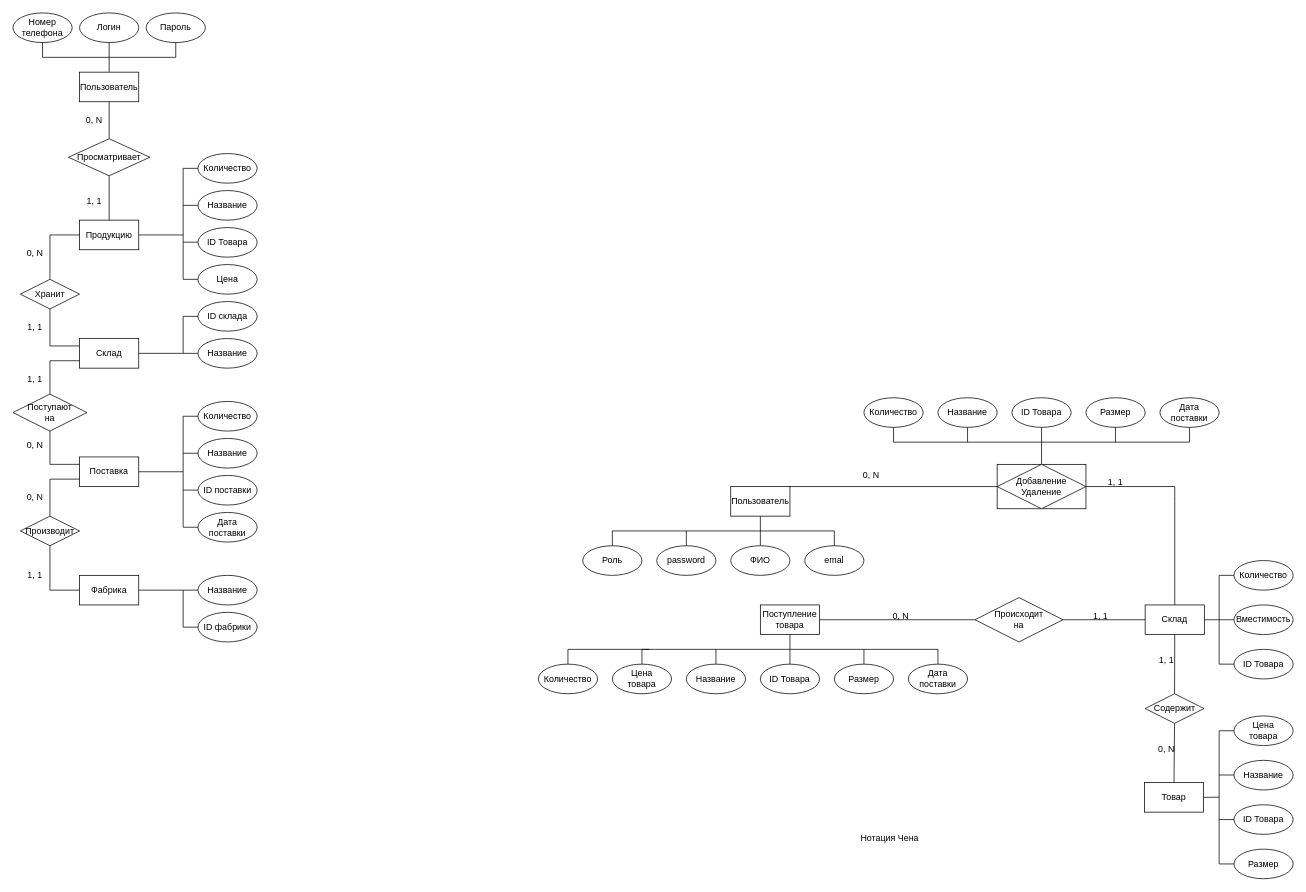
Above: КМПО V2.0.drawio in marsek4/ssp (draw.io), before the change. Source tidied: cells renumbered, new cells numbered last; positions are measured from the earlier drawing's top-left corner, leaving out a move shared by most shapes. Both pictures are drawn from the tidied source at 74%, with x=0, y=0 at pixel (13, 13).
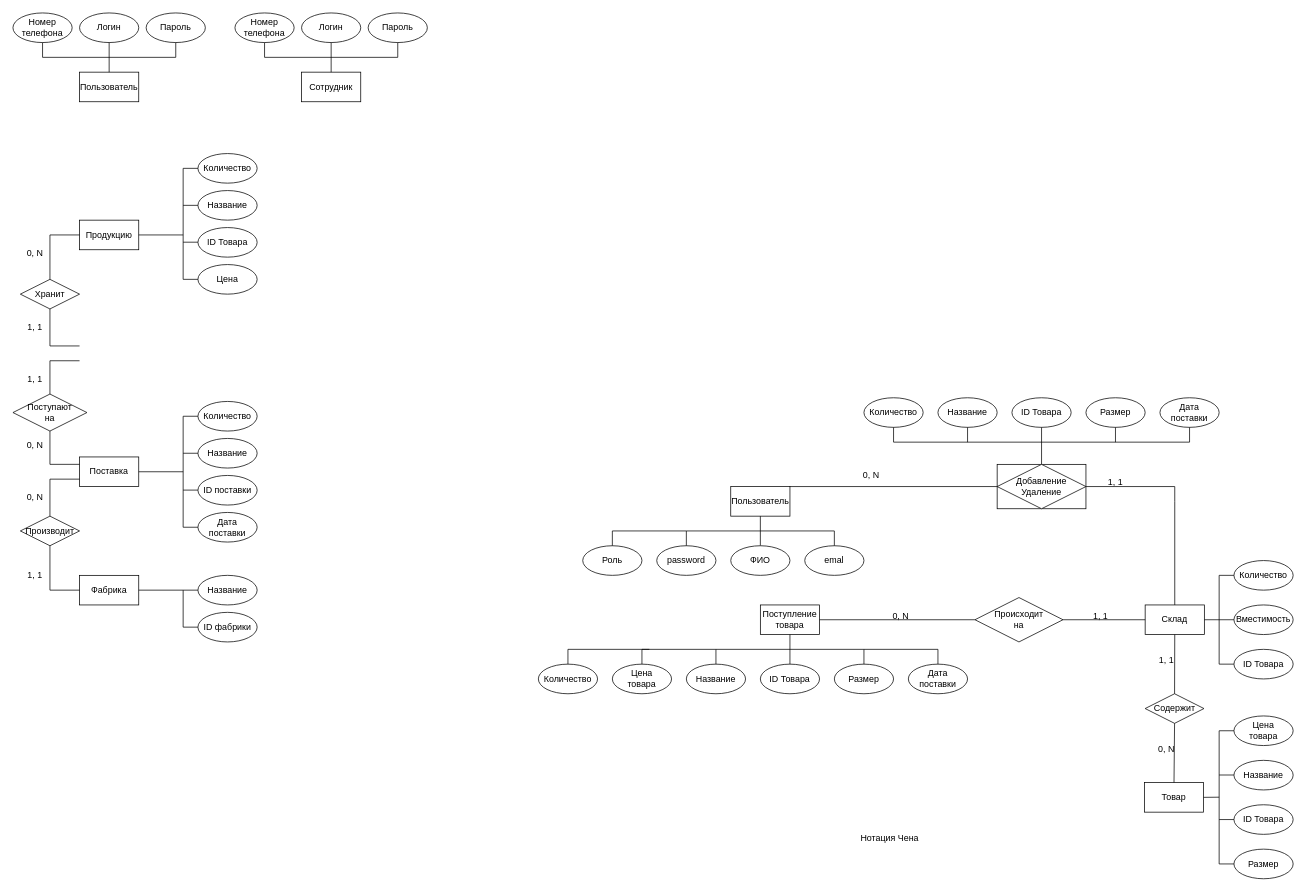
The same page after the edit.

The change refers to these unchanged cells:
```xml
<mxCell id="67" value="Поступают&lt;br&gt;на" style="rhombus;whiteSpace=wrap;html=1;" parent="1" vertex="1">
  <mxGeometry y="515" width="100" height="50" as="geometry" />
</mxCell>
<mxCell id="77" value="Хранит" style="rhombus;whiteSpace=wrap;html=1;" parent="1" vertex="1">
  <mxGeometry x="10" y="360" width="80" height="40" as="geometry" />
</mxCell>
<mxCell id="79" value="Продукцию" style="rounded=0;whiteSpace=wrap;html=1;" parent="1" vertex="1">
  <mxGeometry x="90" y="280" width="80" height="40" as="geometry" />
</mxCell>
<mxCell id="107" value="Пользователь" style="rounded=0;whiteSpace=wrap;html=1;" parent="1" vertex="1">
  <mxGeometry x="90" y="80" width="80" height="40" as="geometry" />
</mxCell>
```

The edit, as a diff of the source:
```diff
@@
-    <mxCell id="68" value="Склад" style="rounded=0;whiteSpace=wrap;html=1;" parent="1" vertex="1">
-      <mxGeometry x="90" y="440" width="80" height="40" as="geometry" />
-    </mxCell>
@@
-    <mxCell id="72" style="endArrow=none;html=1;rounded=0;exitX=0;exitY=0.75;exitDx=0;exitDy=0;entryX=0.5;entryY=0;entryDx=0;entryDy=0;" parent="1" edge="1" source="68" target="67">
+    <mxCell id="72" style="endArrow=none;html=1;rounded=0;exitX=0;exitY=0.75;exitDx=0;exitDy=0;entryX=0.5;entryY=0;entryDx=0;entryDy=0;" parent="1" edge="1" target="67">
       <mxGeometry relative="1" as="geometry">
+        <mxPoint x="90" y="470" as="sourcePoint" />
         <Array as="points">
           <mxPoint x="50" y="470" />
         </Array>
       </mxGeometry>
     </mxCell>
@@
-    <mxCell id="78" style="endArrow=none;html=1;rounded=0;exitX=0;exitY=0.25;exitDx=0;exitDy=0;entryX=0.5;entryY=1;entryDx=0;entryDy=0;" parent="1" edge="1" source="68" target="77">
+    <mxCell id="78" style="endArrow=none;html=1;rounded=0;exitX=0;exitY=0.25;exitDx=0;exitDy=0;entryX=0.5;entryY=1;entryDx=0;entryDy=0;" parent="1" edge="1" target="77">
       <mxGeometry relative="1" as="geometry">
+        <mxPoint x="90" y="450" as="sourcePoint" />
         <Array as="points">
           <mxPoint x="50" y="450" />
         </Array>
       </mxGeometry>
     </mxCell>
@@
-    <mxCell id="89" value="Название" style="ellipse;whiteSpace=wrap;html=1;" parent="1" vertex="1">
-      <mxGeometry x="250" y="440" width="80" height="40" as="geometry" />
-    </mxCell>
-    <mxCell id="90" style="endArrow=none;html=1;rounded=0;exitX=1;exitY=0.5;exitDx=0;exitDy=0;entryX=0;entryY=0.5;entryDx=0;entryDy=0;" parent="1" edge="1" target="89">
-      <mxGeometry relative="1" as="geometry">
-        <mxPoint x="170" y="460" as="sourcePoint" />
-      </mxGeometry>
-    </mxCell>
-    <mxCell id="91" value="ID склада" style="ellipse;whiteSpace=wrap;html=1;" parent="1" vertex="1">
-      <mxGeometry x="250" y="390" width="80" height="40" as="geometry" />
-    </mxCell>
-    <mxCell id="92" style="endArrow=none;html=1;rounded=0;exitX=0;exitY=0.5;exitDx=0;exitDy=0;" parent="1" edge="1" source="91">
-      <mxGeometry relative="1" as="geometry">
-        <mxPoint x="230" y="460" as="targetPoint" />
-        <Array as="points">
-          <mxPoint x="230" y="410" />
-        </Array>
-      </mxGeometry>
-    </mxCell>
@@
-    <mxCell id="108" value="Просматривает" style="rhombus;whiteSpace=wrap;html=1;" parent="1" vertex="1">
-      <mxGeometry x="75" y="170" width="110" height="50" as="geometry" />
-    </mxCell>
-    <mxCell id="109" style="endArrow=none;html=1;rounded=0;entryX=0.5;entryY=1;entryDx=0;entryDy=0;exitX=0.5;exitY=0;exitDx=0;exitDy=0;" parent="1" edge="1" source="108" target="107">
-      <mxGeometry relative="1" as="geometry" />
-    </mxCell>
-    <mxCell id="110" style="endArrow=none;html=1;rounded=0;entryX=0.5;entryY=1;entryDx=0;entryDy=0;exitX=0.5;exitY=0;exitDx=0;exitDy=0;" parent="1" edge="1" source="79" target="108">
-      <mxGeometry relative="1" as="geometry" />
-    </mxCell>
@@
-    <mxCell id="116" value="0, N" style="text;html=1;strokeColor=none;fillColor=none;align=center;verticalAlign=middle;whiteSpace=wrap;rounded=0;" parent="1" vertex="1">
-      <mxGeometry x="80" y="130" width="60" height="30" as="geometry" />
-    </mxCell>
-    <mxCell id="117" value="1, 1" style="text;html=1;strokeColor=none;fillColor=none;align=center;verticalAlign=middle;whiteSpace=wrap;rounded=0;" parent="1" vertex="1">
-      <mxGeometry x="80" y="240" width="60" height="30" as="geometry" />
-    </mxCell>
+    <mxCell id="118" value="Сотрудник" style="rounded=0;whiteSpace=wrap;html=1;" parent="1" vertex="1">
+      <mxGeometry x="390" y="80" width="80" height="40" as="geometry" />
+    </mxCell>
+    <mxCell id="119" value="Номер&lt;br&gt;телефона" style="ellipse;whiteSpace=wrap;html=1;" parent="1" vertex="1">
+      <mxGeometry x="300" width="80" height="40" as="geometry" />
+    </mxCell>
+    <mxCell id="120" value="Логин" style="ellipse;whiteSpace=wrap;html=1;" parent="1" vertex="1">
+      <mxGeometry x="390" width="80" height="40" as="geometry" />
+    </mxCell>
+    <mxCell id="121" value="Пароль" style="ellipse;whiteSpace=wrap;html=1;" parent="1" vertex="1">
+      <mxGeometry x="480" width="80" height="40" as="geometry" />
+    </mxCell>
+    <mxCell id="122" style="endArrow=none;html=1;rounded=0;entryX=0.5;entryY=1;entryDx=0;entryDy=0;exitX=0.5;exitY=1;exitDx=0;exitDy=0;" parent="1" edge="1" source="121" target="119">
+      <mxGeometry relative="1" as="geometry">
+        <Array as="points">
+          <mxPoint x="520" y="60" />
+          <mxPoint x="340" y="60" />
+        </Array>
+      </mxGeometry>
+    </mxCell>
+    <mxCell id="123" style="endArrow=none;html=1;rounded=0;entryX=0.5;entryY=1;entryDx=0;entryDy=0;exitX=0.5;exitY=0;exitDx=0;exitDy=0;" parent="1" edge="1" source="118" target="120">
+      <mxGeometry relative="1" as="geometry" />
+    </mxCell>
```
